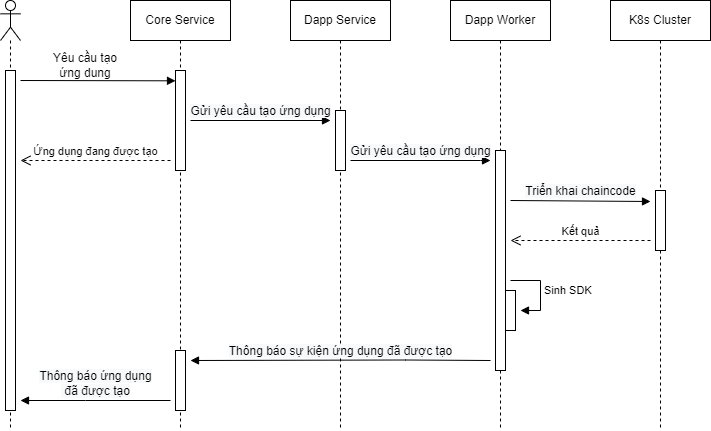
Earlier version of the draw.io export Hinhve/DoAn-SeqCreateDapp.drawio.png (ManhLeDuc/gr-thesis). Source tidied: cells renumbered, new cells last; positions are measured from the earlier drawing's top-left corner, leaving out a move shared by most shapes. Its diagram source:
```xml
<mxGraphModel>
  <root>
    <mxCell id="0" />
    <mxCell id="1" parent="0" />
    <mxCell id="2" style="shape=umlLifeline;participant=umlActor;perimeter=lifelinePerimeter;whiteSpace=wrap;html=1;verticalAlign=top;spacingTop=36;" parent="1" vertex="1">
      <mxGeometry width="20" height="430" as="geometry" />
    </mxCell>
    <mxCell id="3" style="html=1;perimeter=orthogonalPerimeter;" parent="2" vertex="1">
      <mxGeometry x="5" y="70" width="10" height="340" as="geometry" />
    </mxCell>
    <mxCell id="4" style="html=1;verticalAlign=bottom;endArrow=block;rounded=0;" parent="1" edge="1">
      <mxGeometry relative="1" as="geometry">
        <mxPoint x="20" y="80" as="sourcePoint" />
        <mxPoint x="175" y="80.3" as="targetPoint" />
      </mxGeometry>
    </mxCell>
    <mxCell id="5" value="&lt;span style=&quot;font-size: 12px; background-color: rgb(248, 249, 250);&quot;&gt;Gửi yêu cầu tạo ứng dụng&lt;/span&gt;" style="html=1;verticalAlign=bottom;endArrow=block;rounded=0;" parent="1" edge="1">
      <mxGeometry relative="1" as="geometry">
        <mxPoint x="190" y="120" as="sourcePoint" />
        <mxPoint x="330" y="120" as="targetPoint" />
      </mxGeometry>
    </mxCell>
    <mxCell id="6" value="Yêu cầu tạo ứng dung" style="text;html=1;strokeColor=none;fillColor=none;align=center;verticalAlign=middle;whiteSpace=wrap;rounded=0;" parent="1" vertex="1">
      <mxGeometry x="40" y="50" width="90" height="30" as="geometry" />
    </mxCell>
    <mxCell id="7" value="Core Service" style="shape=umlLifeline;perimeter=lifelinePerimeter;whiteSpace=wrap;html=1;" parent="1" vertex="1">
      <mxGeometry x="130" width="100" height="430" as="geometry" />
    </mxCell>
    <mxCell id="8" style="html=1;perimeter=orthogonalPerimeter;" parent="7" vertex="1">
      <mxGeometry x="45" y="70" width="10" height="100" as="geometry" />
    </mxCell>
    <mxCell id="9" value="Ứng dụng đang được tạo" style="html=1;verticalAlign=bottom;endArrow=open;dashed=1;endSize=8;rounded=0;elbow=vertical;" parent="7" edge="1">
      <mxGeometry relative="1" as="geometry">
        <mxPoint x="40" y="160" as="sourcePoint" />
        <mxPoint x="-110" y="160" as="targetPoint" />
      </mxGeometry>
    </mxCell>
    <mxCell id="10" value="&lt;span style=&quot;font-size: 12px; background-color: rgb(248, 249, 250);&quot;&gt;Thông báo ứng dụng&lt;br&gt;&amp;nbsp;đã được tạo&lt;/span&gt;" style="html=1;verticalAlign=bottom;endArrow=block;rounded=0;" parent="7" edge="1">
      <mxGeometry relative="1" as="geometry">
        <mxPoint x="40" y="400" as="sourcePoint" />
        <mxPoint x="-110" y="400" as="targetPoint" />
        <Array as="points">
          <mxPoint x="-45" y="400" />
        </Array>
      </mxGeometry>
    </mxCell>
    <mxCell id="11" style="html=1;perimeter=orthogonalPerimeter;" parent="7" vertex="1">
      <mxGeometry x="45" y="350" width="10" height="60" as="geometry" />
    </mxCell>
    <mxCell id="12" value="Dapp Service" style="shape=umlLifeline;perimeter=lifelinePerimeter;whiteSpace=wrap;html=1;" parent="1" vertex="1">
      <mxGeometry x="290" width="100" height="430" as="geometry" />
    </mxCell>
    <mxCell id="13" style="html=1;perimeter=orthogonalPerimeter;" parent="12" vertex="1">
      <mxGeometry x="45" y="110" width="10" height="60" as="geometry" />
    </mxCell>
    <mxCell id="14" value="Dapp Worker" style="shape=umlLifeline;perimeter=lifelinePerimeter;whiteSpace=wrap;html=1;" parent="1" vertex="1">
      <mxGeometry x="450" width="100" height="430" as="geometry" />
    </mxCell>
    <mxCell id="15" style="html=1;perimeter=orthogonalPerimeter;" parent="14" vertex="1">
      <mxGeometry x="45" y="150" width="10" height="220" as="geometry" />
    </mxCell>
    <mxCell id="16" style="html=1;perimeter=orthogonalPerimeter;" parent="14" vertex="1">
      <mxGeometry x="55" y="290" width="10" height="40" as="geometry" />
    </mxCell>
    <mxCell id="17" value="Sinh SDK" style="edgeStyle=orthogonalEdgeStyle;html=1;align=left;spacingLeft=2;endArrow=block;rounded=0;elbow=vertical;" parent="14" edge="1">
      <mxGeometry relative="1" as="geometry">
        <mxPoint x="60" y="280" as="sourcePoint" />
        <mxPoint x="70" y="310" as="targetPoint" />
        <Array as="points">
          <mxPoint x="90" y="280" />
          <mxPoint x="90" y="310" />
        </Array>
      </mxGeometry>
    </mxCell>
    <mxCell id="18" value="&lt;span style=&quot;font-size: 12px; background-color: rgb(248, 249, 250);&quot;&gt;Triển khai chaincode&lt;/span&gt;" style="html=1;verticalAlign=bottom;endArrow=block;rounded=0;" parent="14" edge="1">
      <mxGeometry relative="1" as="geometry">
        <mxPoint x="60" y="200" as="sourcePoint" />
        <mxPoint x="200" y="201" as="targetPoint" />
      </mxGeometry>
    </mxCell>
    <mxCell id="19" value="K8s Cluster" style="shape=umlLifeline;perimeter=lifelinePerimeter;whiteSpace=wrap;html=1;" parent="1" vertex="1">
      <mxGeometry x="610" width="100" height="430" as="geometry" />
    </mxCell>
    <mxCell id="20" style="html=1;perimeter=orthogonalPerimeter;" parent="19" vertex="1">
      <mxGeometry x="45" y="190" width="10" height="60" as="geometry" />
    </mxCell>
    <mxCell id="21" value="Kết quả" style="html=1;verticalAlign=bottom;endArrow=open;dashed=1;endSize=8;rounded=0;elbow=vertical;" parent="19" edge="1">
      <mxGeometry relative="1" as="geometry">
        <mxPoint x="40" y="240" as="sourcePoint" />
        <mxPoint x="-100" y="240" as="targetPoint" />
      </mxGeometry>
    </mxCell>
    <mxCell id="22" value="&lt;span style=&quot;font-size: 12px; background-color: rgb(248, 249, 250);&quot;&gt;Gửi yêu cầu tạo ứng dụng&lt;/span&gt;" style="html=1;verticalAlign=bottom;endArrow=block;rounded=0;" parent="1" edge="1">
      <mxGeometry relative="1" as="geometry">
        <mxPoint x="350" y="160" as="sourcePoint" />
        <mxPoint x="490" y="160" as="targetPoint" />
        <Array as="points">
          <mxPoint x="480" y="160" />
        </Array>
      </mxGeometry>
    </mxCell>
    <mxCell id="23" value="&lt;span style=&quot;font-size: 12px; background-color: rgb(248, 249, 250);&quot;&gt;Thông báo sự kiện ứng dụng đã được tạo&lt;/span&gt;" style="html=1;verticalAlign=bottom;endArrow=block;rounded=0;" parent="1" edge="1">
      <mxGeometry relative="1" as="geometry">
        <mxPoint x="490" y="360" as="sourcePoint" />
        <mxPoint x="190" y="360" as="targetPoint" />
        <Array as="points">
          <mxPoint x="405" y="359.5" />
        </Array>
      </mxGeometry>
    </mxCell>
  </root>
</mxGraphModel>
```
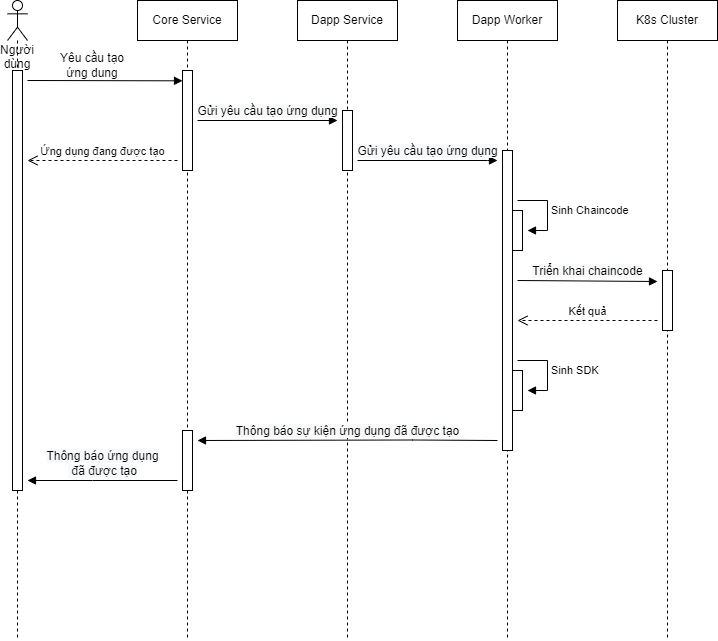
After the commit.

Diff of the diagram source:
```diff
@@ -2,11 +2,11 @@
   <root>
     <mxCell id="0" />
     <mxCell id="1" parent="0" />
-    <mxCell id="2" style="shape=umlLifeline;participant=umlActor;perimeter=lifelinePerimeter;whiteSpace=wrap;html=1;verticalAlign=top;spacingTop=36;" parent="1" vertex="1">
-      <mxGeometry width="20" height="430" as="geometry" />
+    <mxCell id="2" value="Người dùng" style="shape=umlLifeline;participant=umlActor;perimeter=lifelinePerimeter;whiteSpace=wrap;html=1;verticalAlign=top;spacingTop=36;" parent="1" vertex="1">
+      <mxGeometry width="20" height="640" as="geometry" />
     </mxCell>
     <mxCell id="3" style="html=1;perimeter=orthogonalPerimeter;" parent="2" vertex="1">
-      <mxGeometry x="5" y="70" width="10" height="340" as="geometry" />
+      <mxGeometry x="5" y="70" width="10" height="420" as="geometry" />
     </mxCell>
     <mxCell id="4" style="html=1;verticalAlign=bottom;endArrow=block;rounded=0;" parent="1" edge="1">
       <mxGeometry relative="1" as="geometry">
@@ -24,7 +24,7 @@
       <mxGeometry x="40" y="50" width="90" height="30" as="geometry" />
     </mxCell>
     <mxCell id="7" value="Core Service" style="shape=umlLifeline;perimeter=lifelinePerimeter;whiteSpace=wrap;html=1;" parent="1" vertex="1">
-      <mxGeometry x="130" width="100" height="430" as="geometry" />
+      <mxGeometry x="130" width="100" height="640" as="geometry" />
     </mxCell>
     <mxCell id="8" style="html=1;perimeter=orthogonalPerimeter;" parent="7" vertex="1">
       <mxGeometry x="45" y="70" width="10" height="100" as="geometry" />
@@ -37,57 +37,70 @@
     </mxCell>
     <mxCell id="10" value="&lt;span style=&quot;font-size: 12px; background-color: rgb(248, 249, 250);&quot;&gt;Thông báo ứng dụng&lt;br&gt;&amp;nbsp;đã được tạo&lt;/span&gt;" style="html=1;verticalAlign=bottom;endArrow=block;rounded=0;" parent="7" edge="1">
       <mxGeometry relative="1" as="geometry">
-        <mxPoint x="40" y="400" as="sourcePoint" />
-        <mxPoint x="-110" y="400" as="targetPoint" />
+        <mxPoint x="40" y="480" as="sourcePoint" />
+        <mxPoint x="-110" y="480" as="targetPoint" />
         <Array as="points">
-          <mxPoint x="-45" y="400" />
+          <mxPoint x="-45" y="480" />
         </Array>
       </mxGeometry>
     </mxCell>
     <mxCell id="11" style="html=1;perimeter=orthogonalPerimeter;" parent="7" vertex="1">
-      <mxGeometry x="45" y="350" width="10" height="60" as="geometry" />
+      <mxGeometry x="45" y="430" width="10" height="60" as="geometry" />
     </mxCell>
     <mxCell id="12" value="Dapp Service" style="shape=umlLifeline;perimeter=lifelinePerimeter;whiteSpace=wrap;html=1;" parent="1" vertex="1">
-      <mxGeometry x="290" width="100" height="430" as="geometry" />
+      <mxGeometry x="290" width="100" height="640" as="geometry" />
     </mxCell>
     <mxCell id="13" style="html=1;perimeter=orthogonalPerimeter;" parent="12" vertex="1">
       <mxGeometry x="45" y="110" width="10" height="60" as="geometry" />
     </mxCell>
     <mxCell id="14" value="Dapp Worker" style="shape=umlLifeline;perimeter=lifelinePerimeter;whiteSpace=wrap;html=1;" parent="1" vertex="1">
-      <mxGeometry x="450" width="100" height="430" as="geometry" />
+      <mxGeometry x="450" width="100" height="640" as="geometry" />
     </mxCell>
     <mxCell id="15" style="html=1;perimeter=orthogonalPerimeter;" parent="14" vertex="1">
-      <mxGeometry x="45" y="150" width="10" height="220" as="geometry" />
+      <mxGeometry x="45" y="150" width="10" height="300" as="geometry" />
     </mxCell>
     <mxCell id="16" style="html=1;perimeter=orthogonalPerimeter;" parent="14" vertex="1">
-      <mxGeometry x="55" y="290" width="10" height="40" as="geometry" />
+      <mxGeometry x="55" y="370" width="10" height="40" as="geometry" />
     </mxCell>
     <mxCell id="17" value="Sinh SDK" style="edgeStyle=orthogonalEdgeStyle;html=1;align=left;spacingLeft=2;endArrow=block;rounded=0;elbow=vertical;" parent="14" edge="1">
       <mxGeometry relative="1" as="geometry">
-        <mxPoint x="60" y="280" as="sourcePoint" />
-        <mxPoint x="70" y="310" as="targetPoint" />
+        <mxPoint x="60" y="360" as="sourcePoint" />
+        <mxPoint x="70" y="390" as="targetPoint" />
         <Array as="points">
-          <mxPoint x="90" y="280" />
-          <mxPoint x="90" y="310" />
+          <mxPoint x="90" y="360" />
+          <mxPoint x="90" y="390" />
         </Array>
       </mxGeometry>
     </mxCell>
     <mxCell id="18" value="&lt;span style=&quot;font-size: 12px; background-color: rgb(248, 249, 250);&quot;&gt;Triển khai chaincode&lt;/span&gt;" style="html=1;verticalAlign=bottom;endArrow=block;rounded=0;" parent="14" edge="1">
       <mxGeometry relative="1" as="geometry">
-        <mxPoint x="60" y="200" as="sourcePoint" />
-        <mxPoint x="200" y="201" as="targetPoint" />
+        <mxPoint x="60" y="280" as="sourcePoint" />
+        <mxPoint x="200" y="281" as="targetPoint" />
       </mxGeometry>
     </mxCell>
+    <mxCell id="24" style="html=1;perimeter=orthogonalPerimeter;" parent="14" vertex="1">
+      <mxGeometry x="55" y="210" width="10" height="40" as="geometry" />
+    </mxCell>
+    <mxCell id="25" value="Sinh Chaincode" style="edgeStyle=orthogonalEdgeStyle;html=1;align=left;spacingLeft=2;endArrow=block;rounded=0;elbow=vertical;" parent="14" edge="1">
+      <mxGeometry relative="1" as="geometry">
+        <mxPoint x="60" y="200" as="sourcePoint" />
+        <mxPoint x="70" y="230" as="targetPoint" />
+        <Array as="points">
+          <mxPoint x="90" y="200" />
+          <mxPoint x="90" y="230" />
+        </Array>
+      </mxGeometry>
+    </mxCell>
     <mxCell id="19" value="K8s Cluster" style="shape=umlLifeline;perimeter=lifelinePerimeter;whiteSpace=wrap;html=1;" parent="1" vertex="1">
-      <mxGeometry x="610" width="100" height="430" as="geometry" />
+      <mxGeometry x="610" width="100" height="640" as="geometry" />
     </mxCell>
     <mxCell id="20" style="html=1;perimeter=orthogonalPerimeter;" parent="19" vertex="1">
-      <mxGeometry x="45" y="190" width="10" height="60" as="geometry" />
+      <mxGeometry x="45" y="270" width="10" height="60" as="geometry" />
     </mxCell>
     <mxCell id="21" value="Kết quả" style="html=1;verticalAlign=bottom;endArrow=open;dashed=1;endSize=8;rounded=0;elbow=vertical;" parent="19" edge="1">
       <mxGeometry relative="1" as="geometry">
-        <mxPoint x="40" y="240" as="sourcePoint" />
-        <mxPoint x="-100" y="240" as="targetPoint" />
+        <mxPoint x="40" y="320" as="sourcePoint" />
+        <mxPoint x="-100" y="320" as="targetPoint" />
       </mxGeometry>
     </mxCell>
     <mxCell id="22" value="&lt;span style=&quot;font-size: 12px; background-color: rgb(248, 249, 250);&quot;&gt;Gửi yêu cầu tạo ứng dụng&lt;/span&gt;" style="html=1;verticalAlign=bottom;endArrow=block;rounded=0;" parent="1" edge="1">
@@ -101,10 +114,10 @@
     </mxCell>
     <mxCell id="23" value="&lt;span style=&quot;font-size: 12px; background-color: rgb(248, 249, 250);&quot;&gt;Thông báo sự kiện ứng dụng đã được tạo&lt;/span&gt;" style="html=1;verticalAlign=bottom;endArrow=block;rounded=0;" parent="1" edge="1">
       <mxGeometry relative="1" as="geometry">
-        <mxPoint x="490" y="360" as="sourcePoint" />
-        <mxPoint x="190" y="360" as="targetPoint" />
+        <mxPoint x="490" y="440" as="sourcePoint" />
+        <mxPoint x="190" y="440" as="targetPoint" />
         <Array as="points">
-          <mxPoint x="405" y="359.5" />
+          <mxPoint x="405" y="439.5" />
         </Array>
       </mxGeometry>
     </mxCell>
```
